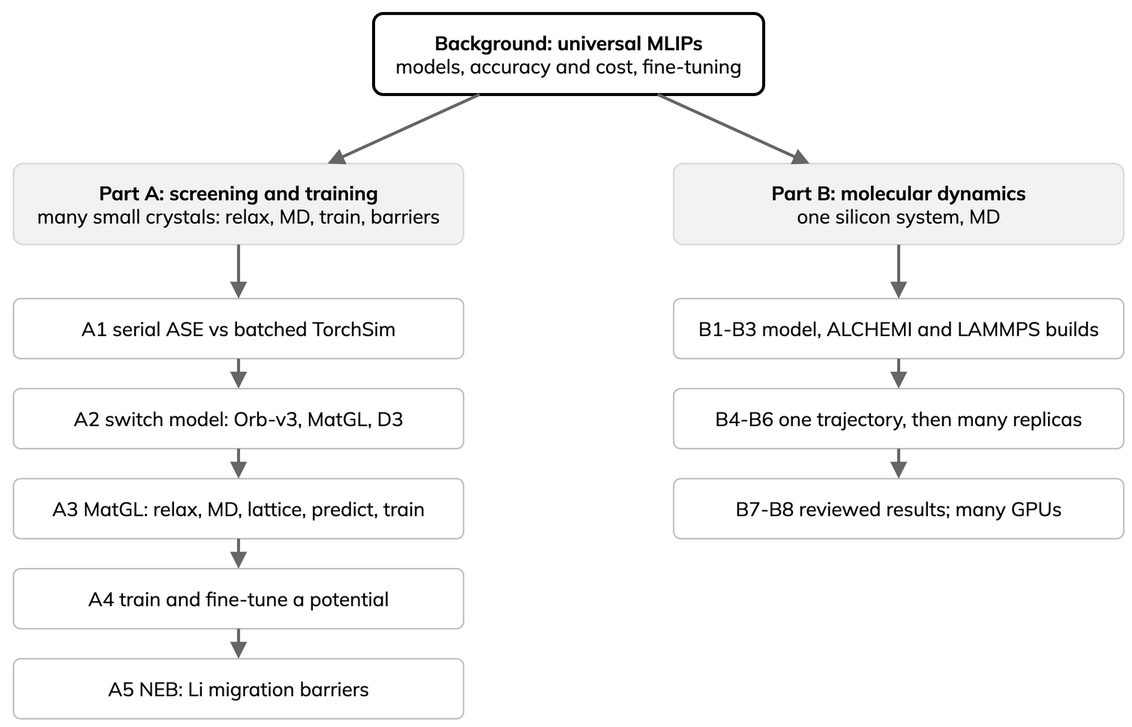
The draw.io diagram _static/lesson-map.drawio.png in ENCCS/mlip-hands-on, before a commit. Source tidied: cells renumbered, new cells last; positions are measured from the earlier drawing's top-left corner, leaving out a move shared by most shapes.
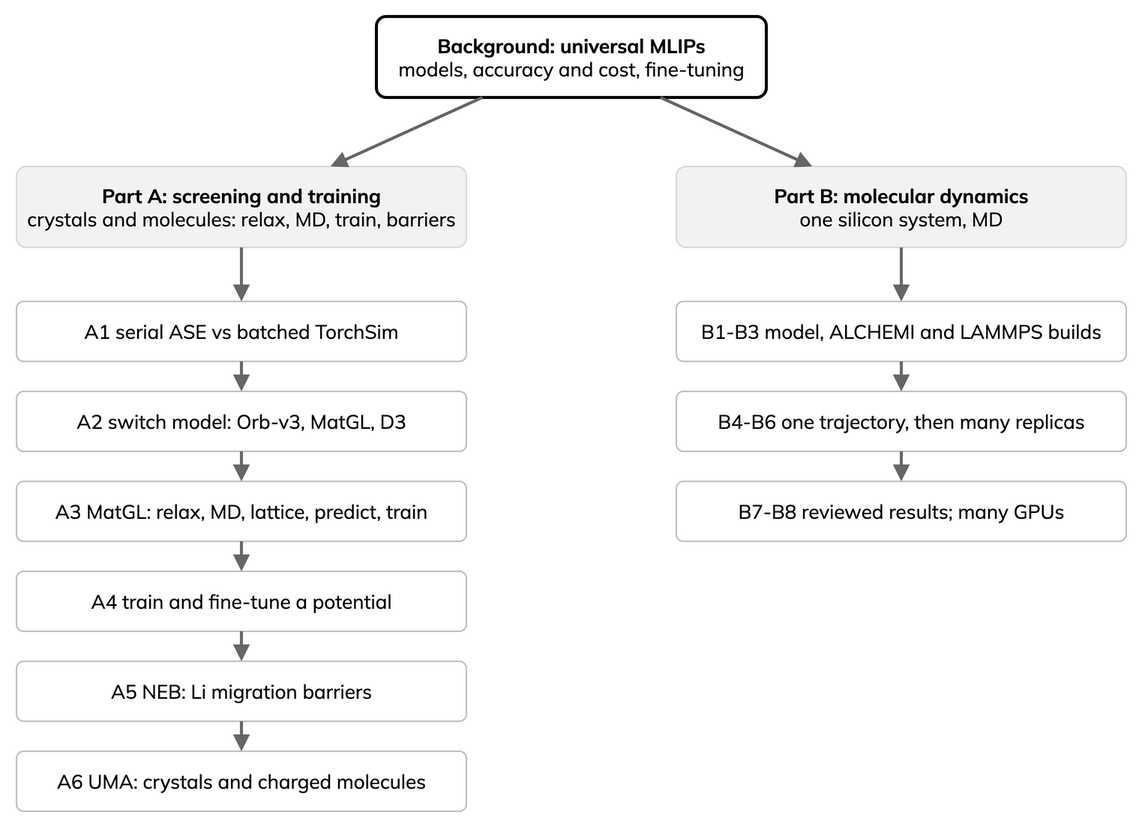
The same file after the commit.

Commit message:
Add A6 UMA lesson page and LUMI job

What changed in the source:
```diff
@@ -5,7 +5,7 @@
     <mxCell id="2" value="&lt;b&gt;Background: universal MLIPs&lt;/b&gt;&lt;br&gt;models, accuracy and cost, fine-tuning" style="rounded=1;arcSize=12;whiteSpace=wrap;html=1;fontFamily=Mulish;fontSize=13;strokeColor=#000000;strokeWidth=2;fillColor=#FFFFFF;" parent="1" vertex="1">
       <mxGeometry x="240" width="260" height="54" as="geometry" />
     </mxCell>
-    <mxCell id="3" value="&lt;b&gt;Part A: screening and training&lt;/b&gt;&lt;br&gt;many small crystals: relax, MD, train, barriers" style="rounded=1;arcSize=12;whiteSpace=wrap;html=1;fontFamily=Mulish;fontSize=13;strokeColor=#D9D9D9;fillColor=#F2F2F2;" parent="1" vertex="1">
+    <mxCell id="3" value="&lt;b&gt;Part A: screening and training&lt;/b&gt;&lt;br&gt;crystals and molecules: relax, MD, train, barriers" style="rounded=1;arcSize=12;whiteSpace=wrap;html=1;fontFamily=Mulish;fontSize=13;strokeColor=#D9D9D9;fillColor=#F2F2F2;" parent="1" vertex="1">
       <mxGeometry y="100" width="300" height="54" as="geometry" />
     </mxCell>
     <mxCell id="4" value="&lt;b&gt;Part B: molecular dynamics&lt;/b&gt;&lt;br&gt;one silicon system, MD" style="rounded=1;arcSize=12;whiteSpace=wrap;html=1;fontFamily=Mulish;fontSize=13;strokeColor=#D9D9D9;fillColor=#F2F2F2;" parent="1" vertex="1">
@@ -26,6 +26,12 @@
     <mxCell id="9" value="A5 NEB: Li migration barriers" style="rounded=1;arcSize=12;whiteSpace=wrap;html=1;fontFamily=Mulish;fontSize=13;strokeColor=#BFBFBF;fillColor=#FFFFFF;" parent="1" vertex="1">
       <mxGeometry y="430" width="300" height="40" as="geometry" />
     </mxCell>
+    <mxCell id="23" value="A6 UMA: crystals and charged molecules" style="rounded=1;arcSize=12;whiteSpace=wrap;html=1;fontFamily=Mulish;fontSize=13;strokeColor=#BFBFBF;fillColor=#FFFFFF;" parent="1" vertex="1">
+      <mxGeometry y="490" width="300" height="40" as="geometry" />
+    </mxCell>
+    <mxCell id="24" style="endArrow=block;endFill=1;strokeColor=#666666;strokeWidth=2;html=1;fontFamily=Mulish;fontSize=12;" parent="1" edge="1" source="9" target="23">
+      <mxGeometry relative="1" as="geometry" />
+    </mxCell>
     <mxCell id="10" value="B1-B3 model, ALCHEMI and LAMMPS builds" style="rounded=1;arcSize=12;whiteSpace=wrap;html=1;fontFamily=Mulish;fontSize=13;strokeColor=#BFBFBF;fillColor=#FFFFFF;" parent="1" vertex="1">
       <mxGeometry x="440" y="190" width="300" height="40" as="geometry" />
     </mxCell>
```
